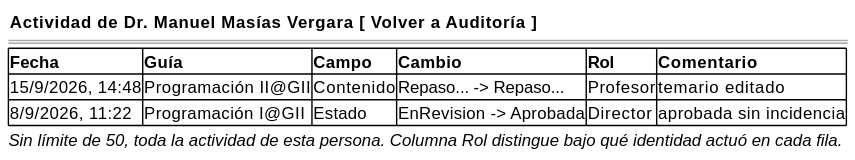
The PlantUML diagram images/RUP/01-requisitos/03-detalle-casos-uso/consultarHistorialCambios/wireframe-autor.svg in mmasias/pyCeldaPublico, before a commit.
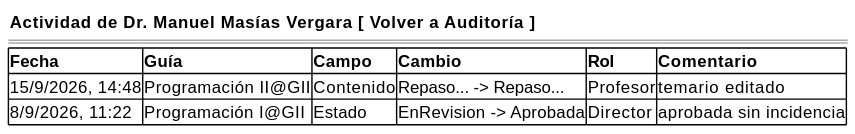
The same file after the commit.

The edit, as a diff of the source:
```diff
@@ -7,6 +7,5 @@
         15/9/2026, 14:48 | Programación II@GII | Contenido | Repaso... -> Repaso... | Profesor | temario editado
         8/9/2026, 11:22 | Programación I@GII | Estado | EnRevision -> Aprobada | Director | aprobada sin incidencia
     }
-    <i>Sin límite de 50, toda la actividad de esta persona. Columna Rol distingue bajo qué identidad actuó en cada fila.</i>
 }
 @endsalt
```
